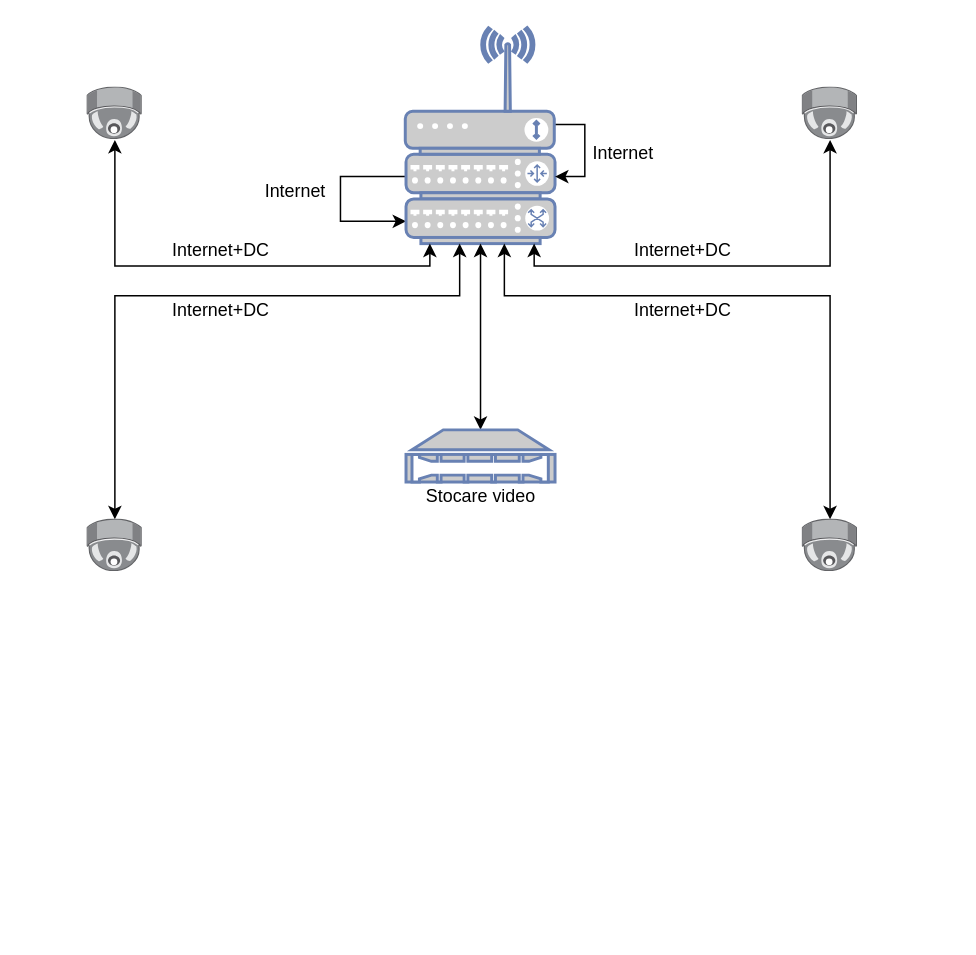
cirnatdan/cirnatdan.github.com keeps this draw.io diagram as video_surveillance.drawio. Above is the earlier version. Source tidied: cells renumbered, new cells numbered last; positions are measured from the earlier drawing's top-left corner, leaving out a move shared by most shapes. Both pictures are drawn from the tidied source at 149%, with x=0, y=0 at pixel (86, 27).
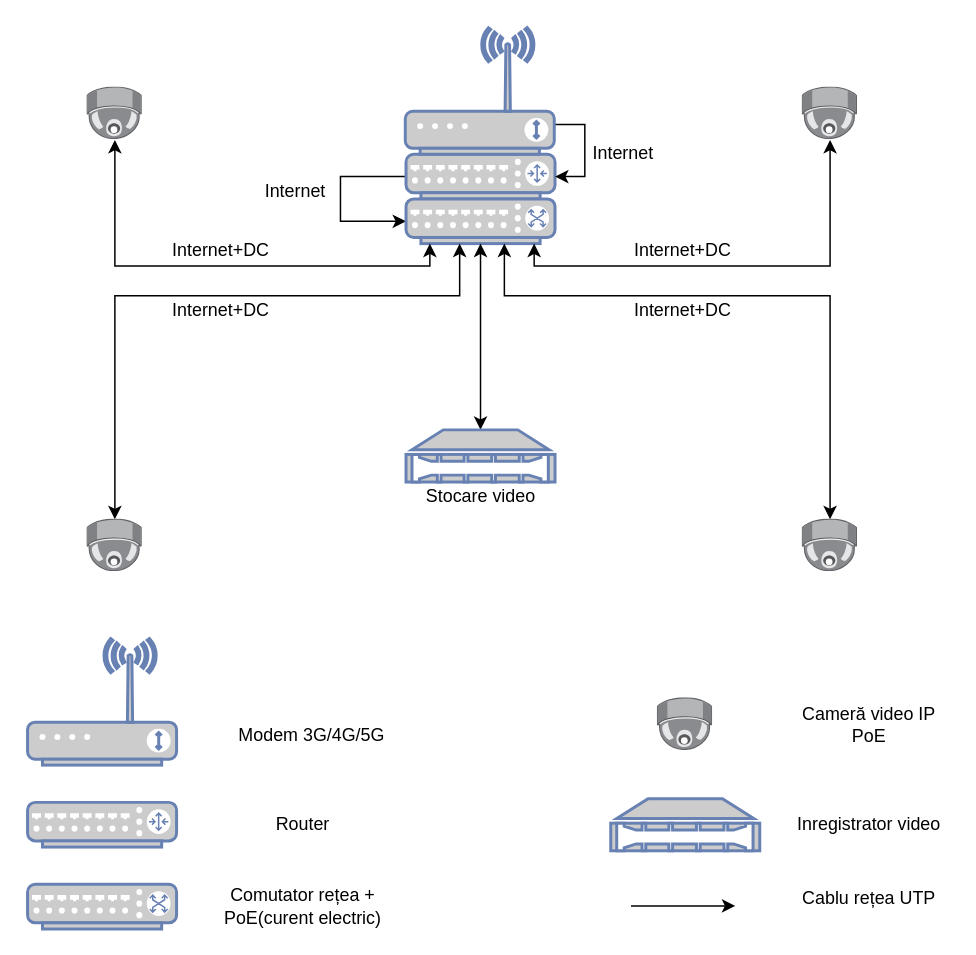
Above is the later version.

The edit, as a diff of the source:
```diff
@@
+    <mxCell id="24" style="fontColor=#0066CC;verticalAlign=top;verticalLabelPosition=bottom;labelPosition=center;align=center;html=1;fillColor=#CCCCCC;strokeColor=#6881B3;gradientColor=none;gradientDirection=north;strokeWidth=2;shape=mxgraph.networks.wireless_modem;" parent="1" vertex="1">
+      <mxGeometry x="-40" y="410" width="100" height="85" as="geometry" />
+    </mxCell>
+    <mxCell id="25" value="Modem 3G/4G/5G" style="text;html=1;strokeColor=none;fillColor=none;align=center;verticalAlign=middle;whiteSpace=wrap;rounded=0;" parent="1" vertex="1">
+      <mxGeometry x="95.8" y="465.4" width="110" height="20" as="geometry" />
+    </mxCell>
+    <mxCell id="26" style="fontColor=#0066CC;verticalAlign=top;verticalLabelPosition=bottom;labelPosition=center;align=center;html=1;fillColor=#CCCCCC;strokeColor=#6881B3;gradientColor=none;gradientDirection=north;strokeWidth=2;shape=mxgraph.networks.router;" parent="1" vertex="1">
+      <mxGeometry x="-40" y="520" width="100" height="30" as="geometry" />
+    </mxCell>
+    <mxCell id="27" value="Router" style="text;html=1;strokeColor=none;fillColor=none;align=center;verticalAlign=middle;whiteSpace=wrap;rounded=0;" parent="1" vertex="1">
+      <mxGeometry x="90" y="525" width="110" height="20" as="geometry" />
+    </mxCell>
+    <mxCell id="28" style="fontColor=#0066CC;verticalAlign=top;verticalLabelPosition=bottom;labelPosition=center;align=center;html=1;fillColor=#CCCCCC;strokeColor=#6881B3;gradientColor=none;gradientDirection=north;strokeWidth=2;shape=mxgraph.networks.switch;" parent="1" vertex="1">
+      <mxGeometry x="-40" y="575" width="100" height="30" as="geometry" />
+    </mxCell>
+    <mxCell id="29" value="Comutator rețea + PoE(curent electric)" style="text;html=1;strokeColor=none;fillColor=none;align=center;verticalAlign=middle;whiteSpace=wrap;rounded=0;" parent="1" vertex="1">
+      <mxGeometry x="90" y="580" width="110" height="20" as="geometry" />
+    </mxCell>
+    <mxCell id="30" style="html=1;align=center;shadow=0;dashed=0;image;image=img/lib/allied_telesis/security/Surveillance_Camera_Ceiling.svg;" parent="1" vertex="1">
+      <mxGeometry x="382.8" y="450" width="37.2" height="35.4" as="geometry" />
+    </mxCell>
+    <mxCell id="31" value="Cameră video IP PoE" style="text;html=1;strokeColor=none;fillColor=none;align=center;verticalAlign=middle;whiteSpace=wrap;rounded=0;" parent="1" vertex="1">
+      <mxGeometry x="470" y="457.7" width="110" height="20" as="geometry" />
+    </mxCell>
+    <mxCell id="32" style="fontColor=#0066CC;verticalAlign=top;verticalLabelPosition=bottom;labelPosition=center;align=center;html=1;fillColor=#CCCCCC;strokeColor=#6881B3;gradientColor=none;gradientDirection=north;strokeWidth=2;shape=mxgraph.networks.nas_filer;" parent="1" vertex="1">
+      <mxGeometry x="351.4" y="517.5" width="100" height="35" as="geometry" />
+    </mxCell>
+    <mxCell id="33" value="Inregistrator video" style="text;html=1;strokeColor=none;fillColor=none;align=center;verticalAlign=middle;whiteSpace=wrap;rounded=0;" parent="1" vertex="1">
+      <mxGeometry x="470" y="525" width="110" height="20" as="geometry" />
+    </mxCell>
+    <mxCell id="34" style="endArrow=classic;html=1;" parent="1" edge="1">
+      <mxGeometry relative="1" as="geometry">
+        <mxPoint x="365" y="589.5" as="sourcePoint" />
+        <mxPoint x="435" y="589.5" as="targetPoint" />
+      </mxGeometry>
+    </mxCell>
+    <mxCell id="35" value="Cablu rețea UTP" style="text;html=1;strokeColor=none;fillColor=none;align=center;verticalAlign=middle;whiteSpace=wrap;rounded=0;" parent="1" vertex="1">
+      <mxGeometry x="470" y="575" width="110" height="20" as="geometry" />
+    </mxCell>
```
